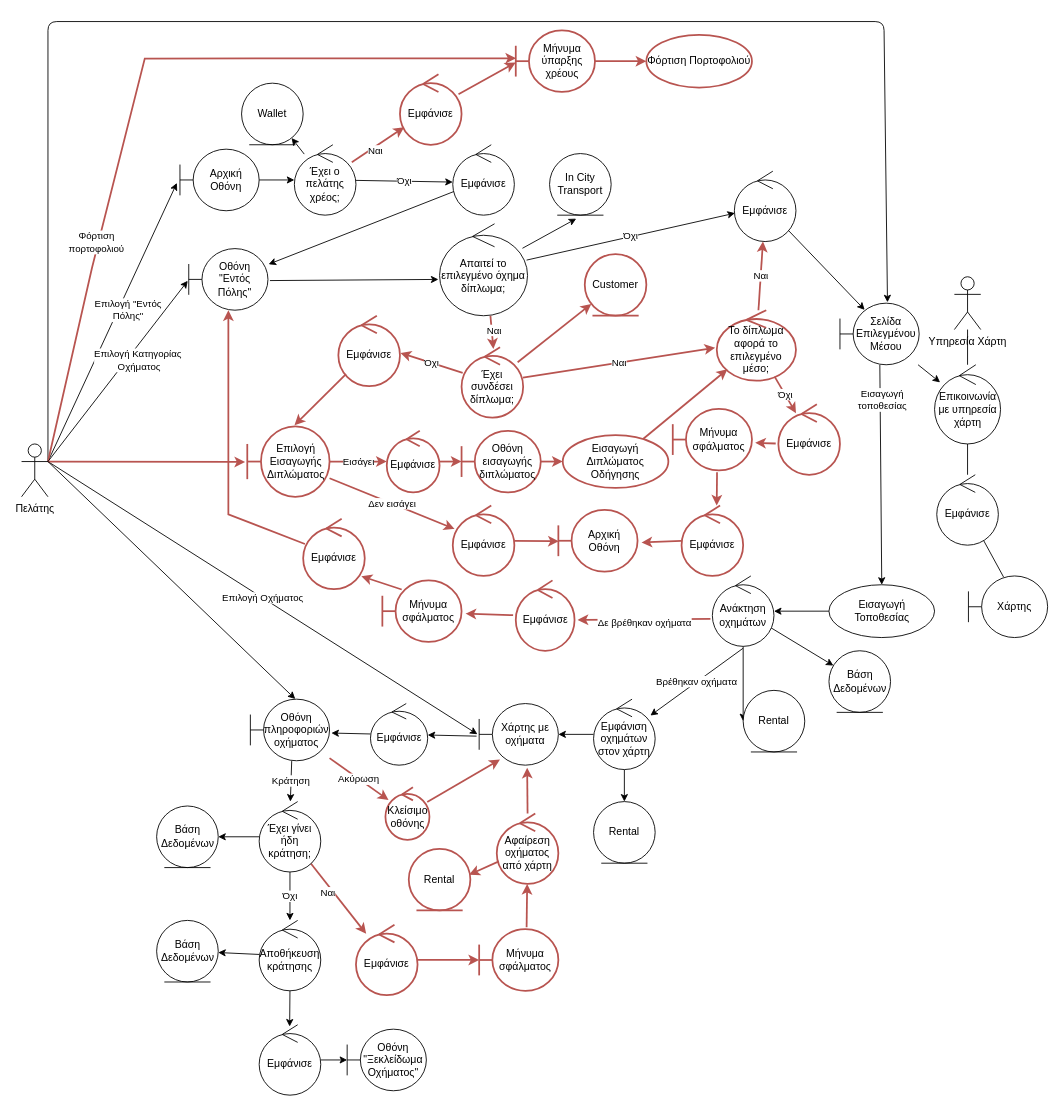
Earlier version of the draw.io diagram Part_2/Robustness/diagrams/01_Επιλογή_Μέσου_Μετακίνησης.drawio (Nikolis2002/texnoligia_logismikou). Source tidied: cells renumbered, new cells numbered last; positions are measured from the earlier drawing's top-left corner, leaving out a move shared by most shapes. Both pictures are drawn from the tidied source at 88%, with x=0, y=0 at pixel (21, 21).
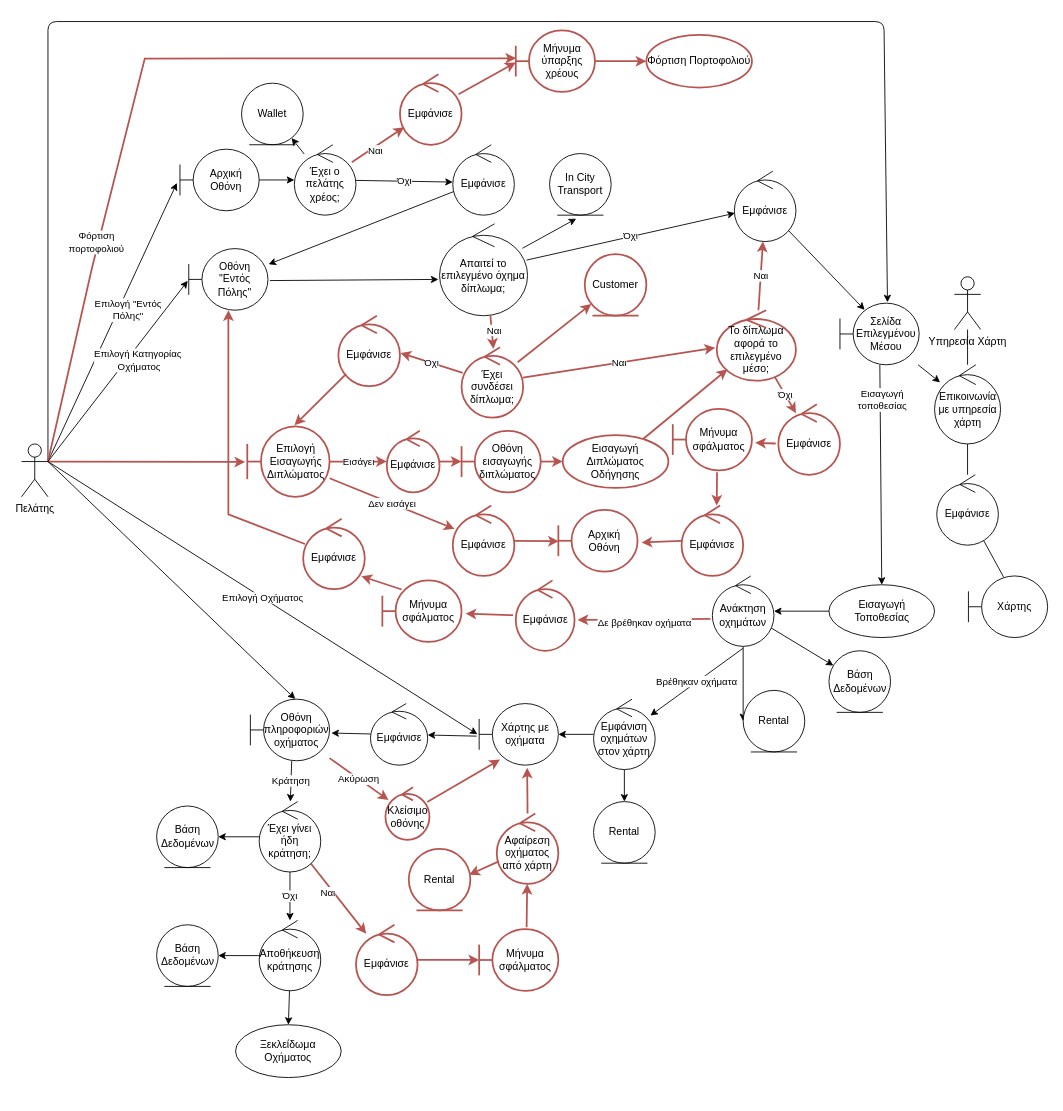
The same page after the edit.

Unchanged cells that the change refers to:
```xml
<mxCell id="56" value="Αποθήκευση κράτησης" style="ellipse;shape=umlControl;whiteSpace=wrap;html=1;" parent="1" vertex="1">
  <mxGeometry x="270" y="1021.4" width="70" height="80" as="geometry" />
</mxCell>
```

Change to the diagram source:
```diff
@@
-    <mxCell id="55" style="edgeStyle=none;html=1;entryX=0.495;entryY=0.025;entryDx=0;entryDy=0;entryPerimeter=0;" parent="1" edge="1" source="56" target="95">
+    <mxCell id="55" style="edgeStyle=none;html=1;entryX=0.5;entryY=0;entryDx=0;entryDy=0;" parent="1" edge="1" source="56" target="125">
       <mxGeometry relative="1" as="geometry" />
     </mxCell>
@@
     <mxCell id="57" value="Βάση Δεδομένων" style="ellipse;shape=umlEntity;whiteSpace=wrap;html=1;" parent="1" vertex="1">
-      <mxGeometry x="153.5" y="1021.4" width="70" height="70" as="geometry" />
+      <mxGeometry x="153.5" y="1026.4" width="70" height="70" as="geometry" />
     </mxCell>
@@
-    <mxCell id="94" style="edgeStyle=none;html=1;" parent="1" edge="1" source="95" target="96">
-      <mxGeometry relative="1" as="geometry" />
-    </mxCell>
-    <mxCell id="95" value="Εμφάνισε" style="ellipse;shape=umlControl;whiteSpace=wrap;html=1;" parent="1" vertex="1">
-      <mxGeometry x="270" y="1140" width="70" height="80" as="geometry" />
-    </mxCell>
-    <mxCell id="96" value="Οθόνη &quot;Ξεκλείδωμα Οχήματος&quot;" style="shape=umlBoundary;whiteSpace=wrap;html=1;" parent="1" vertex="1">
-      <mxGeometry x="370" y="1145" width="90" height="70" as="geometry" />
-    </mxCell>
@@
+    <mxCell id="125" value="Ξεκλείδωμα Οχήματος" style="ellipse;whiteSpace=wrap;html=1;" parent="1" vertex="1">
+      <mxGeometry x="243.2" y="1140" width="120" height="60" as="geometry" />
+    </mxCell>
```
